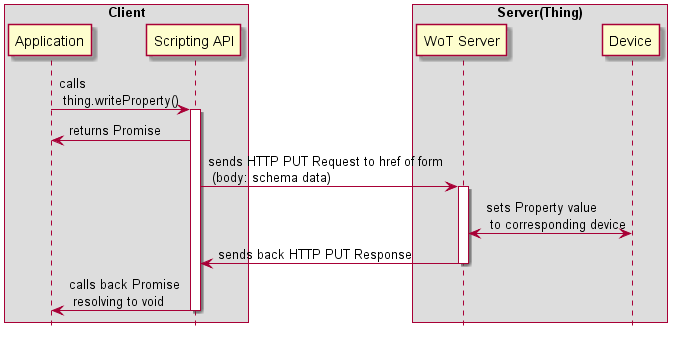
Above: images/message-flows/A_1_2_writeProperty.png in w3c/wot-architecture (PlantUML), before the change. The source it was exported from:
```plantuml
@startuml
hide footbox

box "Client"
participant "Application" as AP
participant "Scripting API" as SA
end box

box "Server(Thing)"
participant "WoT Server" as WS
participant "Device" as DC
end box

AP  -> SA: calls \n thing.writeProperty()
activate SA
SA  -> AP: returns Promise
SA  -> WS: sends HTTP PUT Request to href of form \n (body: schema data)
activate WS
WS <-> DC: sets Property value \n to corresponding device
WS  -> SA: sends back HTTP PUT Response
deactivate WS
SA  -> AP: calls back Promise \n resolving to void
deactivate SA
@enduml
```
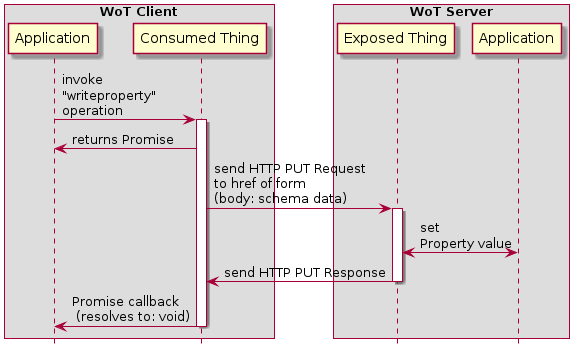
The same diagram one commit later.

The edit, as a diff of the source:
```diff
@@ -1,24 +1,24 @@
 @startuml
 hide footbox
 
-box "Client"
+box "WoT Client"
 participant "Application" as AP
-participant "Scripting API" as SA
+participant "Consumed Thing" as SA
 end box
 
-box "Server(Thing)"
-participant "WoT Server" as WS
-participant "Device" as DC
+box "WoT Server"
+participant "Exposed Thing" as WS
+participant "Application" as DC
 end box
 
-AP  -> SA: calls \n thing.writeProperty()
+AP  -> SA: invoke\n"writeproperty"\noperation
 activate SA
 SA  -> AP: returns Promise
-SA  -> WS: sends HTTP PUT Request to href of form \n (body: schema data)
+SA  -> WS: send HTTP PUT Request\nto href of form\n(body: schema data)
 activate WS
-WS <-> DC: sets Property value \n to corresponding device
-WS  -> SA: sends back HTTP PUT Response
+WS <-> DC: set\nProperty value
+WS  -> SA: send HTTP PUT Response
 deactivate WS
-SA  -> AP: calls back Promise \n resolving to void
+SA  -> AP: Promise callback\n (resolves to: void)
 deactivate SA
 @enduml
```
